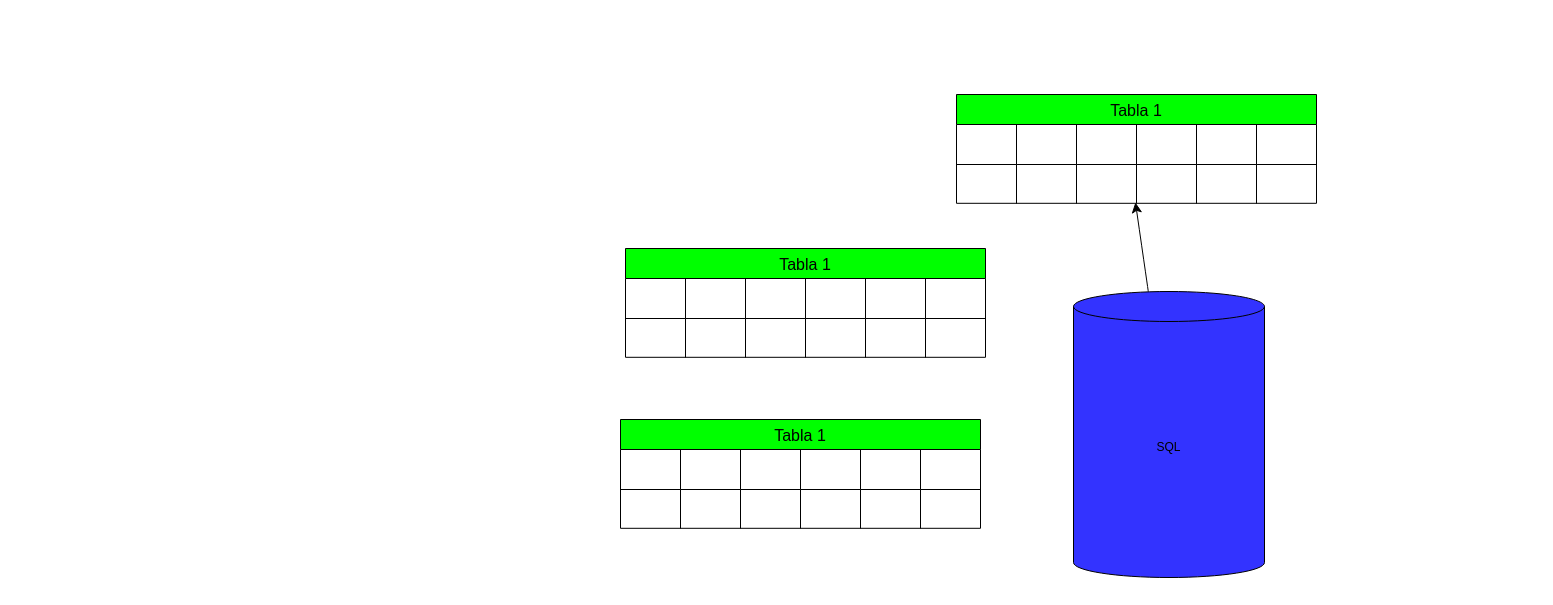
The draw.io diagram Diagrama sin título.drawio in Andreszxc2001/Sistema-Integral-de-Asistencias-SIA-, before the edit. Source tidied: cells renumbered, new cells numbered last; positions are measured from the earlier drawing's top-left corner, leaving out a move shared by most shapes. Both pictures are drawn from the tidied source at 100%, with x=0, y=0 at pixel (620, 94).
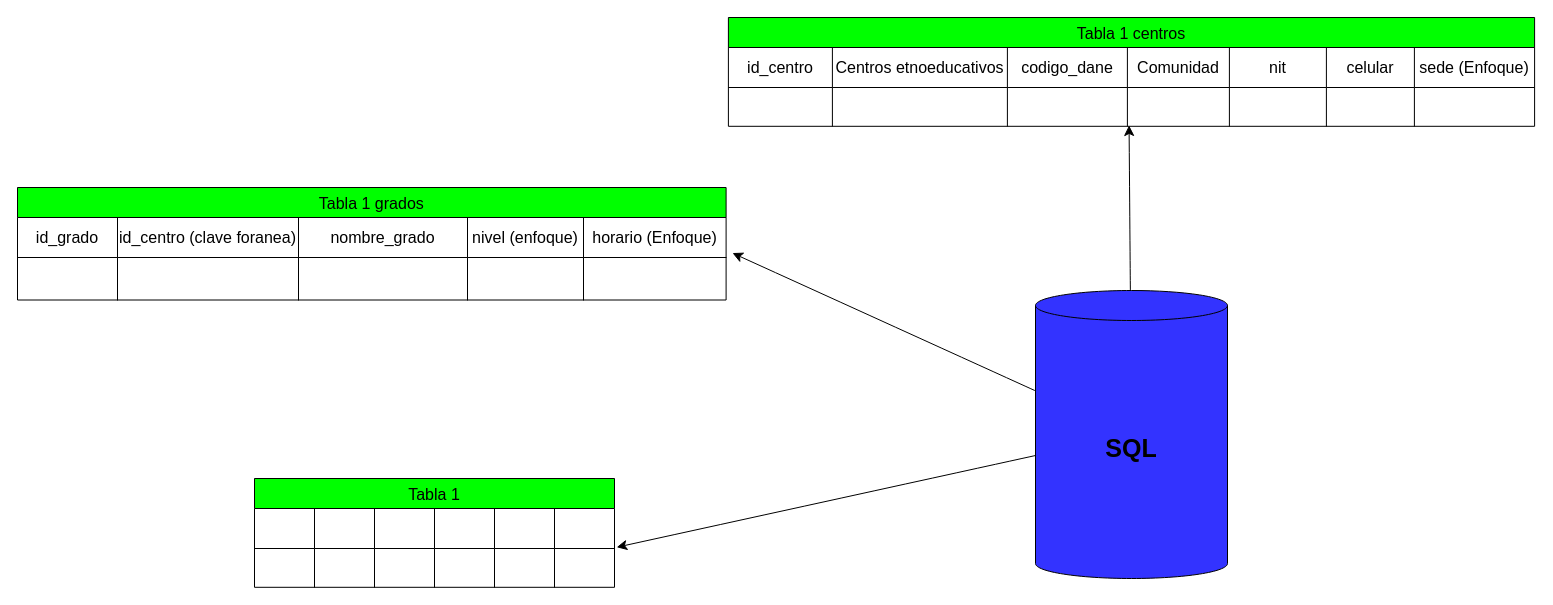
The same diagram, later.

Unchanged cells that the change refers to:
```xml
<mxCell id="42" style="shape=tableRow;horizontal=0;startSize=0;swimlaneHead=0;swimlaneBody=0;strokeColor=inherit;top=0;left=0;bottom=0;right=0;fillColor=none;points=[[0,0.5],[1,0.5]];portConstraint=eastwest;fontSize=16;" parent="34" vertex="1">
  <mxGeometry y="70" width="360" height="39" as="geometry" />
</mxCell>
```

Diff of the diagram source:
```diff
@@
-    <mxCell id="2" value="SQL" style="shape=cylinder3;whiteSpace=wrap;html=1;boundedLbl=1;backgroundOutline=1;size=15;fillColor=#3333FF;" parent="1" vertex="1">
-      <mxGeometry x="453" y="197" width="191" height="286" as="geometry" />
+    <mxCell id="2" value="&lt;font style=&quot;vertical-align: inherit; font-size: 25px;&quot;&gt;&lt;b&gt;SQL&lt;/b&gt;&lt;/font&gt;" style="shape=cylinder3;whiteSpace=wrap;html=1;boundedLbl=1;backgroundOutline=1;size=15;fillColor=#3333FF;" parent="1" vertex="1">
+      <mxGeometry x="415" y="196" width="192" height="288" as="geometry" />
     </mxCell>
-    <mxCell id="3" value="Tabla 1" style="shape=table;startSize=30;childLayout=tableLayout;strokeColor=#000000;fontSize=16;fillColor=#00FF00;" parent="1" vertex="1">
-      <mxGeometry x="336" width="360" height="108.8" as="geometry" />
+    <mxCell id="3" value="Tabla 1 centros" style="shape=table;startSize=30;childLayout=tableLayout;strokeColor=#000000;fontSize=16;fillColor=#00FF00;" parent="1" vertex="1">
+      <mxGeometry x="107.9" y="-77" width="806.2" height="108.8" as="geometry" />
     </mxCell>
     <mxCell id="4" style="shape=tableRow;horizontal=0;startSize=0;swimlaneHead=0;swimlaneBody=0;strokeColor=inherit;top=0;left=0;bottom=0;right=0;fillColor=none;fontSize=16;" parent="3" vertex="1">
-      <mxGeometry y="30" width="360" height="40" as="geometry" />
+      <mxGeometry y="30" width="806.2" height="40" as="geometry" />
     </mxCell>
-    <mxCell id="5" style="shape=partialRectangle;html=1;whiteSpace=wrap;strokeColor=inherit;overflow=hidden;fillColor=none;top=0;left=0;bottom=0;right=0;fontSize=16;" parent="4" vertex="1">
-      <mxGeometry width="60" height="40" as="geometry" />
+    <mxCell id="5" value="id_centro" style="shape=partialRectangle;html=1;whiteSpace=wrap;strokeColor=inherit;overflow=hidden;fillColor=none;top=0;left=0;bottom=0;right=0;fontSize=16;" parent="4" vertex="1">
+      <mxGeometry width="104" height="40" as="geometry" />
     </mxCell>
-    <mxCell id="6" style="shape=partialRectangle;html=1;whiteSpace=wrap;strokeColor=inherit;overflow=hidden;fillColor=none;top=0;left=0;bottom=0;right=0;fontSize=16;" parent="4" vertex="1">
-      <mxGeometry x="60" width="60" height="40" as="geometry" />
+    <mxCell id="6" value="Centros etnoeducativos" style="shape=partialRectangle;html=1;whiteSpace=wrap;strokeColor=inherit;overflow=hidden;fillColor=none;top=0;left=0;bottom=0;right=0;fontSize=16;" parent="4" vertex="1">
+      <mxGeometry x="104" width="175" height="40" as="geometry" />
     </mxCell>
-    <mxCell id="7" style="shape=partialRectangle;html=1;whiteSpace=wrap;strokeColor=inherit;overflow=hidden;fillColor=none;top=0;left=0;bottom=0;right=0;fontSize=16;" parent="4" vertex="1">
-      <mxGeometry x="120" width="60" height="40" as="geometry" />
+    <mxCell id="7" value="codigo_dane" style="shape=partialRectangle;html=1;whiteSpace=wrap;strokeColor=inherit;overflow=hidden;fillColor=none;top=0;left=0;bottom=0;right=0;fontSize=16;" parent="4" vertex="1">
+      <mxGeometry x="279" width="120" height="40" as="geometry" />
     </mxCell>
-    <mxCell id="8" style="shape=partialRectangle;html=1;whiteSpace=wrap;strokeColor=inherit;overflow=hidden;fillColor=none;top=0;left=0;bottom=0;right=0;fontSize=16;" parent="4" vertex="1">
-      <mxGeometry x="180" width="60" height="40" as="geometry" />
+    <mxCell id="8" value="Comunidad" style="shape=partialRectangle;html=1;whiteSpace=wrap;strokeColor=inherit;overflow=hidden;fillColor=none;top=0;left=0;bottom=0;right=0;fontSize=16;" parent="4" vertex="1">
+      <mxGeometry x="399" width="102" height="40" as="geometry" />
     </mxCell>
-    <mxCell id="9" style="shape=partialRectangle;html=1;whiteSpace=wrap;strokeColor=inherit;overflow=hidden;fillColor=none;top=0;left=0;bottom=0;right=0;fontSize=16;" parent="4" vertex="1">
-      <mxGeometry x="240" width="60" height="40" as="geometry" />
+    <mxCell id="9" value="nit" style="shape=partialRectangle;html=1;whiteSpace=wrap;strokeColor=inherit;overflow=hidden;fillColor=none;top=0;left=0;bottom=0;right=0;fontSize=16;" parent="4" vertex="1">
+      <mxGeometry x="501" width="97" height="40" as="geometry" />
     </mxCell>
-    <mxCell id="10" style="shape=partialRectangle;html=1;whiteSpace=wrap;strokeColor=inherit;overflow=hidden;fillColor=none;top=0;left=0;bottom=0;right=0;fontSize=16;" parent="4" vertex="1">
-      <mxGeometry x="300" width="60" height="40" as="geometry" />
+    <mxCell id="10" value="celular" style="shape=partialRectangle;html=1;whiteSpace=wrap;strokeColor=inherit;overflow=hidden;fillColor=none;top=0;left=0;bottom=0;right=0;fontSize=16;" parent="4" vertex="1">
+      <mxGeometry x="598" width="88" height="40" as="geometry" />
     </mxCell>
+    <mxCell id="49" value="sede (Enfoque)" style="shape=partialRectangle;html=1;whiteSpace=wrap;strokeColor=inherit;overflow=hidden;fillColor=none;top=0;left=0;bottom=0;right=0;fontSize=16;" parent="4" vertex="1">
+      <mxGeometry x="686" width="120" height="40" as="geometry" />
+    </mxCell>
     <mxCell id="11" style="shape=tableRow;horizontal=0;startSize=0;swimlaneHead=0;swimlaneBody=0;strokeColor=inherit;top=0;left=0;bottom=0;right=0;fillColor=none;points=[[0,0.5],[1,0.5]];portConstraint=eastwest;fontSize=16;" parent="3" vertex="1">
-      <mxGeometry y="70" width="360" height="39" as="geometry" />
+      <mxGeometry y="70" width="806.2" height="39" as="geometry" />
     </mxCell>
     <mxCell id="12" style="shape=partialRectangle;html=1;whiteSpace=wrap;strokeColor=inherit;overflow=hidden;fillColor=none;top=0;left=0;bottom=0;right=0;fontSize=16;" parent="11" vertex="1">
-      <mxGeometry width="60" height="39" as="geometry" />
+      <mxGeometry width="104" height="39" as="geometry" />
     </mxCell>
     <mxCell id="13" style="shape=partialRectangle;html=1;whiteSpace=wrap;strokeColor=inherit;overflow=hidden;fillColor=none;top=0;left=0;bottom=0;right=0;fontSize=16;" parent="11" vertex="1">
-      <mxGeometry x="60" width="60" height="39" as="geometry" />
+      <mxGeometry x="104" width="175" height="39" as="geometry" />
     </mxCell>
     <mxCell id="14" style="shape=partialRectangle;html=1;whiteSpace=wrap;strokeColor=inherit;overflow=hidden;fillColor=none;top=0;left=0;bottom=0;right=0;fontSize=16;" parent="11" vertex="1">
-      <mxGeometry x="120" width="60" height="39" as="geometry" />
+      <mxGeometry x="279" width="120" height="39" as="geometry" />
     </mxCell>
     <mxCell id="15" style="shape=partialRectangle;html=1;whiteSpace=wrap;strokeColor=inherit;overflow=hidden;fillColor=none;top=0;left=0;bottom=0;right=0;fontSize=16;" parent="11" vertex="1">
-      <mxGeometry x="180" width="60" height="39" as="geometry" />
+      <mxGeometry x="399" width="102" height="39" as="geometry" />
     </mxCell>
     <mxCell id="16" style="shape=partialRectangle;html=1;whiteSpace=wrap;strokeColor=inherit;overflow=hidden;fillColor=none;top=0;left=0;bottom=0;right=0;fontSize=16;" parent="11" vertex="1">
-      <mxGeometry x="240" width="60" height="39" as="geometry" />
+      <mxGeometry x="501" width="97" height="39" as="geometry" />
     </mxCell>
     <mxCell id="17" style="shape=partialRectangle;html=1;whiteSpace=wrap;strokeColor=inherit;overflow=hidden;fillColor=none;top=0;left=0;bottom=0;right=0;fontSize=16;" parent="11" vertex="1">
-      <mxGeometry x="300" width="60" height="39" as="geometry" />
+      <mxGeometry x="598" width="88" height="39" as="geometry" />
     </mxCell>
+    <mxCell id="50" style="shape=partialRectangle;html=1;whiteSpace=wrap;strokeColor=inherit;overflow=hidden;fillColor=none;top=0;left=0;bottom=0;right=0;fontSize=16;" parent="11" vertex="1">
+      <mxGeometry x="686" width="120" height="39" as="geometry" />
+    </mxCell>
@@
-    <mxCell id="19" value="Tabla 1" style="shape=table;startSize=30;childLayout=tableLayout;strokeColor=#000000;fontSize=16;fillColor=#00FF00;" parent="1" vertex="1">
-      <mxGeometry x="5" y="154" width="360" height="108.8" as="geometry" />
+    <mxCell id="19" value="Tabla 1 grados" style="shape=table;startSize=30;childLayout=tableLayout;strokeColor=#000000;fontSize=16;fillColor=#00FF00;" parent="1" vertex="1">
+      <mxGeometry x="-603" y="93" width="708.6" height="112.5" as="geometry" />
     </mxCell>
     <mxCell id="20" style="shape=tableRow;horizontal=0;startSize=0;swimlaneHead=0;swimlaneBody=0;strokeColor=inherit;top=0;left=0;bottom=0;right=0;fillColor=none;fontSize=16;" parent="19" vertex="1">
-      <mxGeometry y="30" width="360" height="40" as="geometry" />
+      <mxGeometry y="30" width="708.6" height="40" as="geometry" />
     </mxCell>
-    <mxCell id="21" style="shape=partialRectangle;html=1;whiteSpace=wrap;strokeColor=inherit;overflow=hidden;fillColor=none;top=0;left=0;bottom=0;right=0;fontSize=16;" parent="20" vertex="1">
-      <mxGeometry width="60" height="40" as="geometry" />
+    <mxCell id="21" value="id_grado" style="shape=partialRectangle;html=1;whiteSpace=wrap;strokeColor=inherit;overflow=hidden;fillColor=none;top=0;left=0;bottom=0;right=0;fontSize=16;" parent="20" vertex="1">
+      <mxGeometry width="100" height="40" as="geometry" />
     </mxCell>
-    <mxCell id="22" style="shape=partialRectangle;html=1;whiteSpace=wrap;strokeColor=inherit;overflow=hidden;fillColor=none;top=0;left=0;bottom=0;right=0;fontSize=16;" parent="20" vertex="1">
-      <mxGeometry x="60" width="60" height="40" as="geometry" />
+    <mxCell id="22" value="id_centro (clave foranea)" style="shape=partialRectangle;html=1;whiteSpace=wrap;strokeColor=inherit;overflow=hidden;fillColor=none;top=0;left=0;bottom=0;right=0;fontSize=16;" parent="20" vertex="1">
+      <mxGeometry x="100" width="181" height="40" as="geometry" />
     </mxCell>
-    <mxCell id="23" style="shape=partialRectangle;html=1;whiteSpace=wrap;strokeColor=inherit;overflow=hidden;fillColor=none;top=0;left=0;bottom=0;right=0;fontSize=16;" parent="20" vertex="1">
-      <mxGeometry x="120" width="60" height="40" as="geometry" />
+    <mxCell id="23" value="nombre_grado" style="shape=partialRectangle;html=1;whiteSpace=wrap;strokeColor=inherit;overflow=hidden;fillColor=none;top=0;left=0;bottom=0;right=0;fontSize=16;" parent="20" vertex="1">
+      <mxGeometry x="281" width="169" height="40" as="geometry" />
     </mxCell>
-    <mxCell id="24" style="shape=partialRectangle;html=1;whiteSpace=wrap;strokeColor=inherit;overflow=hidden;fillColor=none;top=0;left=0;bottom=0;right=0;fontSize=16;" parent="20" vertex="1">
-      <mxGeometry x="180" width="60" height="40" as="geometry" />
+    <mxCell id="24" value="nivel (enfoque)" style="shape=partialRectangle;html=1;whiteSpace=wrap;strokeColor=inherit;overflow=hidden;fillColor=none;top=0;left=0;bottom=0;right=0;fontSize=16;" parent="20" vertex="1">
+      <mxGeometry x="450" width="116" height="40" as="geometry" />
     </mxCell>
-    <mxCell id="25" style="shape=partialRectangle;html=1;whiteSpace=wrap;strokeColor=inherit;overflow=hidden;fillColor=none;top=0;left=0;bottom=0;right=0;fontSize=16;" parent="20" vertex="1">
-      <mxGeometry x="240" width="60" height="40" as="geometry" />
+    <mxCell id="25" value="horario (Enfoque)" style="shape=partialRectangle;html=1;whiteSpace=wrap;strokeColor=inherit;overflow=hidden;fillColor=none;top=0;left=0;bottom=0;right=0;fontSize=16;" parent="20" vertex="1">
+      <mxGeometry x="566" width="143" height="40" as="geometry" />
     </mxCell>
-    <mxCell id="26" style="shape=partialRectangle;html=1;whiteSpace=wrap;strokeColor=inherit;overflow=hidden;fillColor=none;top=0;left=0;bottom=0;right=0;fontSize=16;" parent="20" vertex="1">
-      <mxGeometry x="300" width="60" height="40" as="geometry" />
-    </mxCell>
     <mxCell id="27" style="shape=tableRow;horizontal=0;startSize=0;swimlaneHead=0;swimlaneBody=0;strokeColor=inherit;top=0;left=0;bottom=0;right=0;fillColor=none;points=[[0,0.5],[1,0.5]];portConstraint=eastwest;fontSize=16;" parent="19" vertex="1">
-      <mxGeometry y="70" width="360" height="39" as="geometry" />
+      <mxGeometry y="70" width="708.6" height="43" as="geometry" />
     </mxCell>
     <mxCell id="28" style="shape=partialRectangle;html=1;whiteSpace=wrap;strokeColor=inherit;overflow=hidden;fillColor=none;top=0;left=0;bottom=0;right=0;fontSize=16;" parent="27" vertex="1">
-      <mxGeometry width="60" height="39" as="geometry" />
+      <mxGeometry width="100" height="43" as="geometry" />
     </mxCell>
     <mxCell id="29" style="shape=partialRectangle;html=1;whiteSpace=wrap;strokeColor=inherit;overflow=hidden;fillColor=none;top=0;left=0;bottom=0;right=0;fontSize=16;" parent="27" vertex="1">
-      <mxGeometry x="60" width="60" height="39" as="geometry" />
+      <mxGeometry x="100" width="181" height="43" as="geometry" />
     </mxCell>
     <mxCell id="30" style="shape=partialRectangle;html=1;whiteSpace=wrap;strokeColor=inherit;overflow=hidden;fillColor=none;top=0;left=0;bottom=0;right=0;fontSize=16;" parent="27" vertex="1">
-      <mxGeometry x="120" width="60" height="39" as="geometry" />
+      <mxGeometry x="281" width="169" height="43" as="geometry" />
     </mxCell>
     <mxCell id="31" style="shape=partialRectangle;html=1;whiteSpace=wrap;strokeColor=inherit;overflow=hidden;fillColor=none;top=0;left=0;bottom=0;right=0;fontSize=16;" parent="27" vertex="1">
-      <mxGeometry x="180" width="60" height="39" as="geometry" />
+      <mxGeometry x="450" width="116" height="43" as="geometry" />
     </mxCell>
     <mxCell id="32" style="shape=partialRectangle;html=1;whiteSpace=wrap;strokeColor=inherit;overflow=hidden;fillColor=none;top=0;left=0;bottom=0;right=0;fontSize=16;" parent="27" vertex="1">
-      <mxGeometry x="240" width="60" height="39" as="geometry" />
+      <mxGeometry x="566" width="143" height="43" as="geometry" />
     </mxCell>
-    <mxCell id="33" style="shape=partialRectangle;html=1;whiteSpace=wrap;strokeColor=inherit;overflow=hidden;fillColor=none;top=0;left=0;bottom=0;right=0;fontSize=16;" parent="27" vertex="1">
-      <mxGeometry x="300" width="60" height="39" as="geometry" />
-    </mxCell>
     <mxCell id="34" value="Tabla 1" style="shape=table;startSize=30;childLayout=tableLayout;strokeColor=#000000;fontSize=16;fillColor=#00FF00;" parent="1" vertex="1">
-      <mxGeometry y="325" width="360" height="108.8" as="geometry" />
+      <mxGeometry x="-366" y="384" width="360" height="108.8" as="geometry" />
     </mxCell>
@@
+    <mxCell id="51" style="edgeStyle=none;curved=1;rounded=0;jettySize=auto;html=1;entryX=1.009;entryY=-0.103;entryDx=0;entryDy=0;entryPerimeter=0;fontSize=12;startSize=8;endSize=8;" parent="1" edge="1" source="2" target="27">
+      <mxGeometry relative="1" as="geometry" />
+    </mxCell>
+    <mxCell id="52" style="edgeStyle=none;curved=1;rounded=0;jettySize=auto;html=1;entryX=1.006;entryY=-0.032;entryDx=0;entryDy=0;entryPerimeter=0;fontSize=12;startSize=8;endSize=8;" parent="1" edge="1" source="2" target="42">
+      <mxGeometry relative="1" as="geometry" />
+    </mxCell>
```
